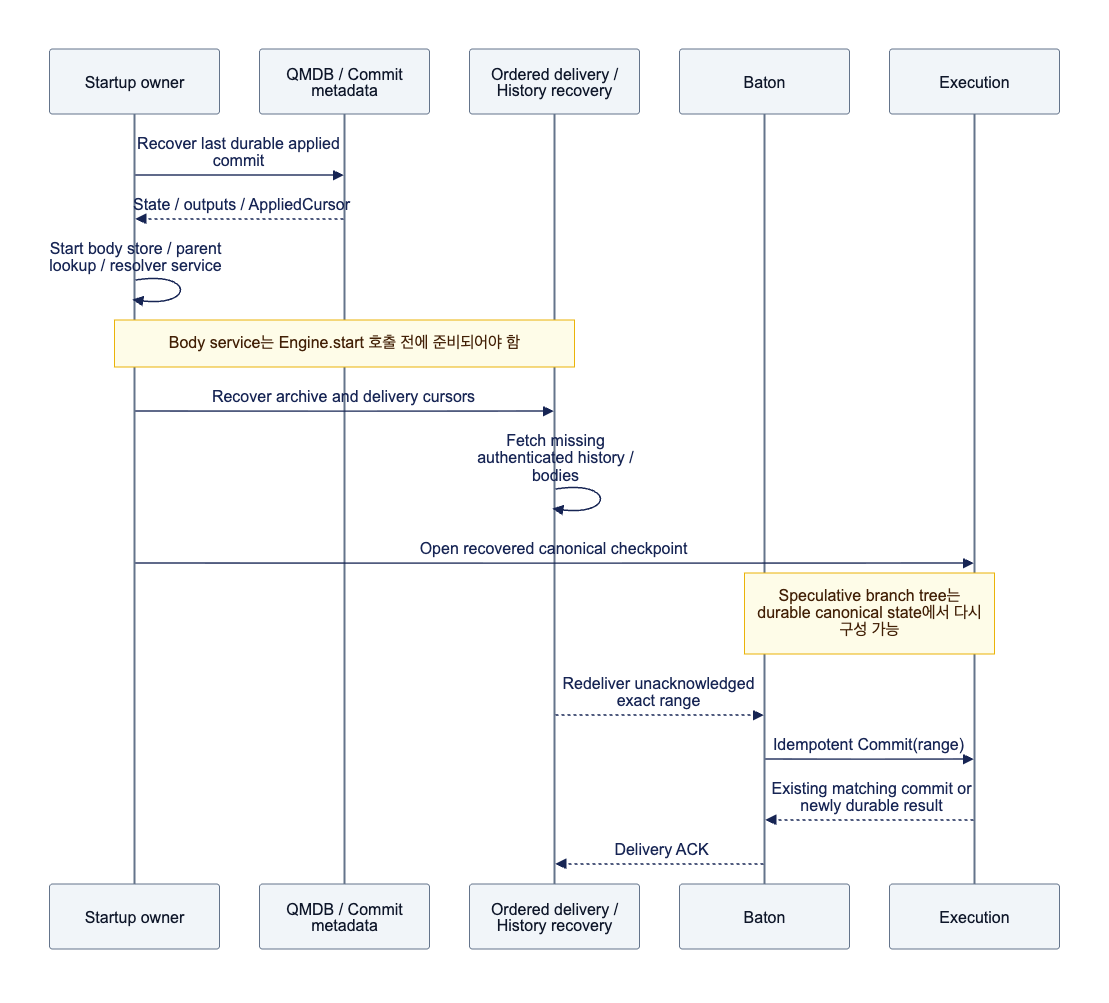
djm07073/baton-research keeps this Mermaid diagram as assets/diagrams/diagram-10.png. Above is the earlier version. Its source is kept beside it as assets/diagrams/diagram-10.mmd.
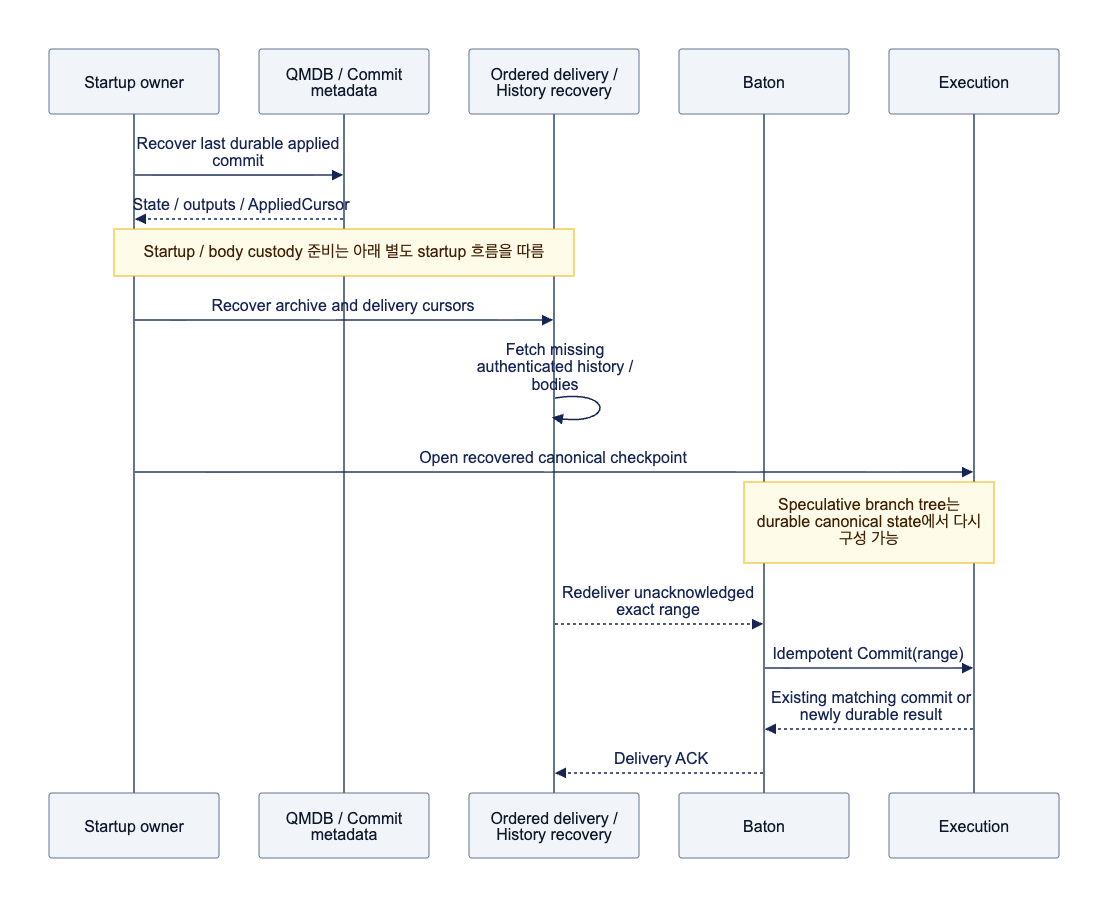
After the change.

The edit, as a diff of the source:
```diff
@@ -6,8 +6,7 @@
     participant E as Execution
     S->>Q: Recover last durable applied commit
     Q-->>S: State / outputs / AppliedCursor
-    S->>S: Start body store / parent lookup / resolver service
-    Note over S,M: Body service는 Engine.start 호출 전에 준비되어야 함
+    Note over S,M: Startup / body custody 준비는 아래 별도 startup 흐름을 따름
     S->>M: Recover archive and delivery cursors
     M->>M: Fetch missing authenticated history / bodies
     S->>E: Open recovered canonical checkpoint
```
